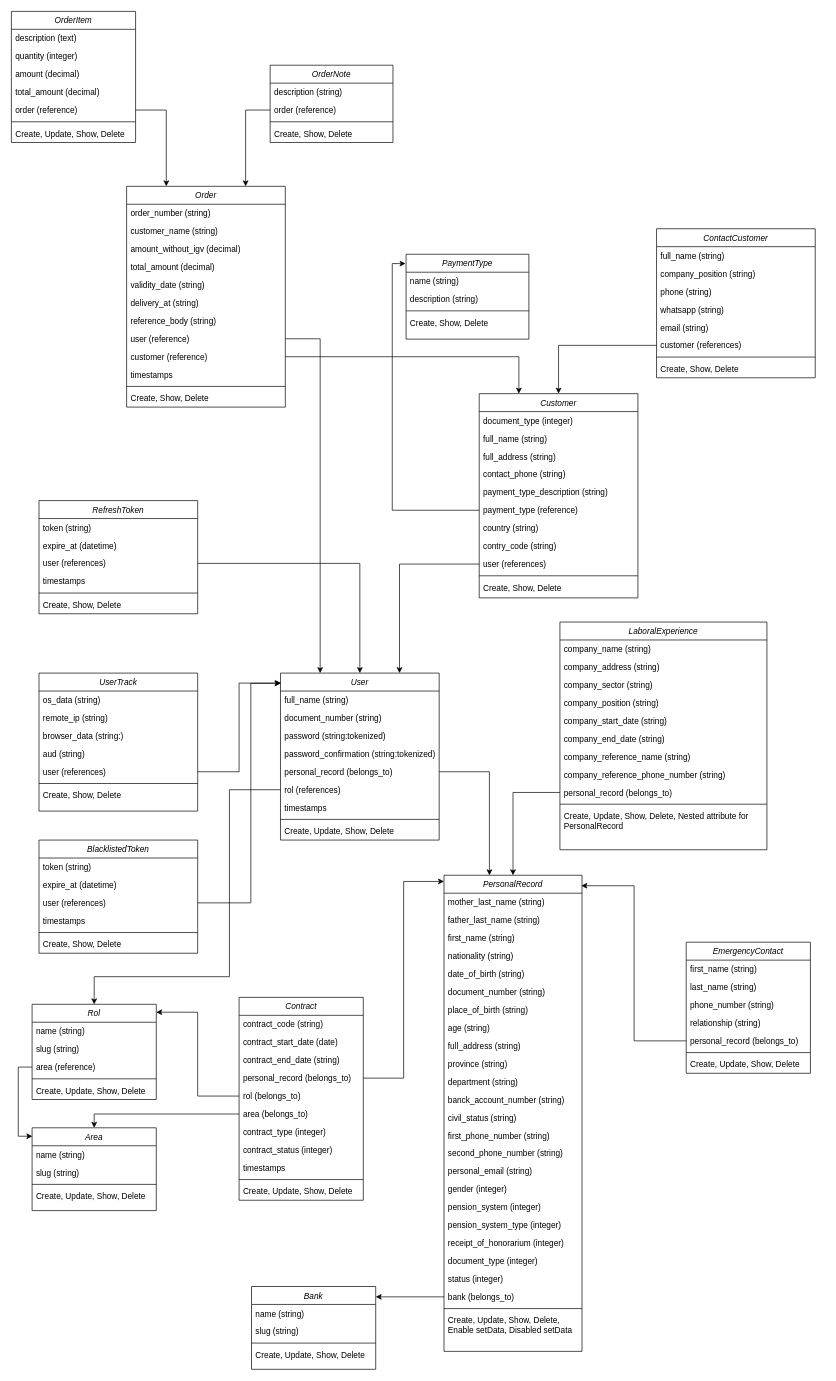
Agencia-Maki/Ayni keeps this draw.io diagram as Documentation/Diagrama de Clases.drawio. Above is the earlier version. Source tidied: cells renumbered, new cells numbered last; positions are measured from the earlier drawing's top-left corner, leaving out a move shared by most shapes. Both pictures are drawn from the tidied source at 69%, with x=0, y=0 at pixel (11, 11).
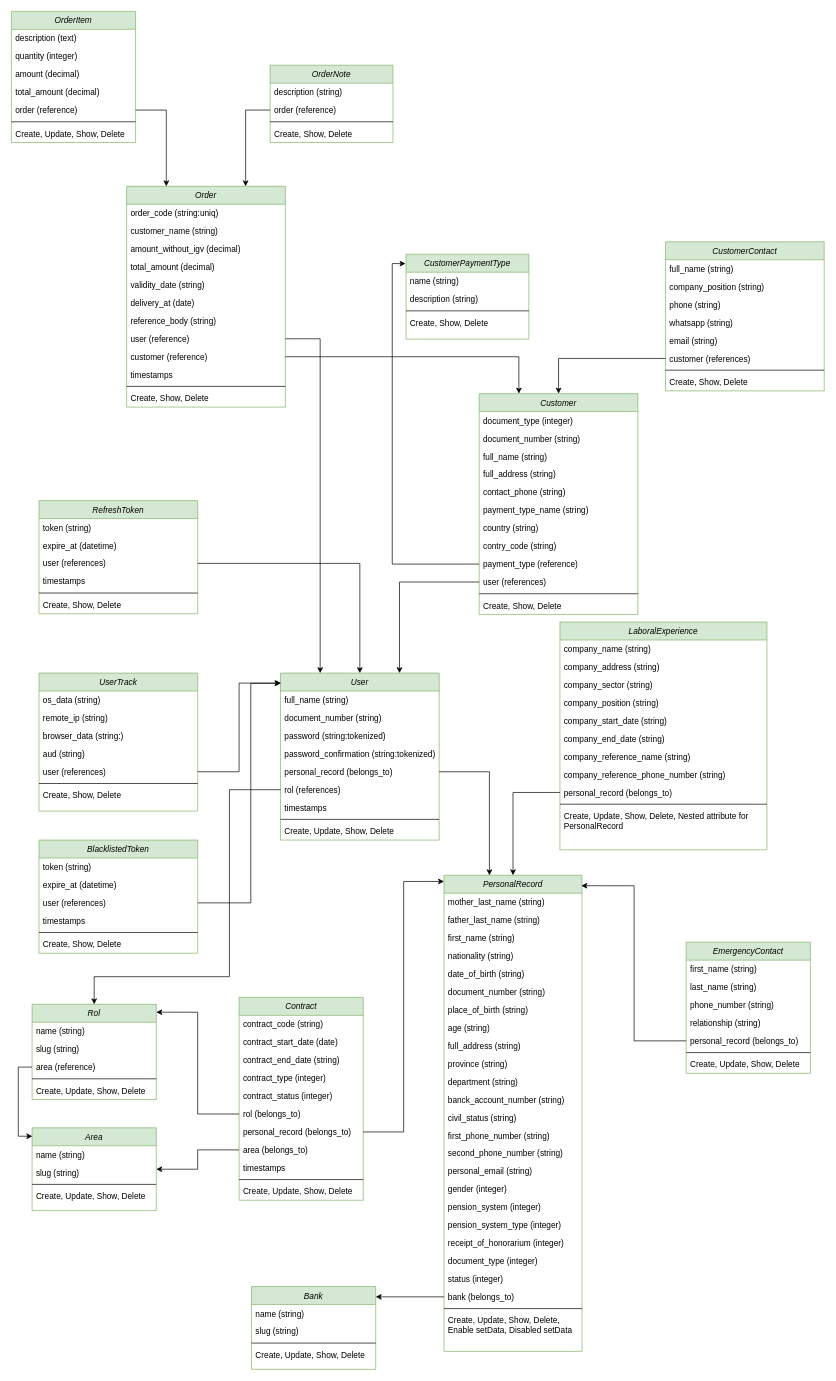
The same diagram, later.

Diff of the diagram source:
```diff
@@
-    <mxCell id="2" value="Bank" style="swimlane;fontStyle=2;align=center;verticalAlign=top;horizontal=1;startSize=26;rounded=0;shadow=0;strokeWidth=1;" parent="1" vertex="1">
+    <mxCell id="2" value="Bank" style="swimlane;fontStyle=2;align=center;verticalAlign=top;horizontal=1;startSize=26;rounded=0;shadow=0;strokeWidth=1;fillColor=#d5e8d4;strokeColor=#82b366;" parent="1" vertex="1">
       <mxGeometry x="348" y="1848" width="180" height="120" as="geometry" />
     </mxCell>
@@
-    <mxCell id="7" value="PersonalRecord" style="swimlane;fontStyle=2;align=center;verticalAlign=top;horizontal=1;startSize=26;rounded=0;shadow=0;strokeWidth=1;" parent="1" vertex="1">
+    <mxCell id="7" value="PersonalRecord" style="swimlane;fontStyle=2;align=center;verticalAlign=top;horizontal=1;startSize=26;rounded=0;shadow=0;strokeWidth=1;fillColor=#d5e8d4;strokeColor=#82b366;" parent="1" vertex="1">
       <mxGeometry x="627" y="1252" width="200" height="690" as="geometry" />
     </mxCell>
@@
-    <mxCell id="33" value="EmergencyContact" style="swimlane;fontStyle=2;align=center;verticalAlign=top;horizontal=1;startSize=26;rounded=0;shadow=0;strokeWidth=1;" parent="1" vertex="1">
+    <mxCell id="33" value="EmergencyContact" style="swimlane;fontStyle=2;align=center;verticalAlign=top;horizontal=1;startSize=26;rounded=0;shadow=0;strokeWidth=1;fillColor=#d5e8d4;strokeColor=#82b366;" parent="1" vertex="1">
       <mxGeometry x="978" y="1349" width="180" height="190" as="geometry" />
     </mxCell>
@@
-    <mxCell id="43" value="LaboralExperience" style="swimlane;fontStyle=2;align=center;verticalAlign=top;horizontal=1;startSize=26;rounded=0;shadow=0;strokeWidth=1;" parent="1" vertex="1">
+    <mxCell id="43" value="LaboralExperience" style="swimlane;fontStyle=2;align=center;verticalAlign=top;horizontal=1;startSize=26;rounded=0;shadow=0;strokeWidth=1;fillColor=#d5e8d4;strokeColor=#82b366;" parent="1" vertex="1">
       <mxGeometry x="795" y="885" width="300" height="330" as="geometry" />
     </mxCell>
@@
-    <mxCell id="56" value="Rol" style="swimlane;fontStyle=2;align=center;verticalAlign=top;horizontal=1;startSize=26;rounded=0;shadow=0;strokeWidth=1;" parent="1" vertex="1">
+    <mxCell id="56" value="Rol" style="swimlane;fontStyle=2;align=center;verticalAlign=top;horizontal=1;startSize=26;rounded=0;shadow=0;strokeWidth=1;fillColor=#d5e8d4;strokeColor=#82b366;" parent="1" vertex="1">
       <mxGeometry x="30" y="1439" width="180" height="138" as="geometry" />
     </mxCell>
@@
-    <mxCell id="62" value="Contract" style="swimlane;fontStyle=2;align=center;verticalAlign=top;horizontal=1;startSize=26;rounded=0;shadow=0;strokeWidth=1;" parent="1" vertex="1">
+    <mxCell id="62" value="Contract" style="swimlane;fontStyle=2;align=center;verticalAlign=top;horizontal=1;startSize=26;rounded=0;shadow=0;strokeWidth=1;fillColor=#d5e8d4;strokeColor=#82b366;" parent="1" vertex="1">
       <mxGeometry x="330" y="1429" width="180" height="294" as="geometry" />
     </mxCell>
@@
-    <mxCell id="66" value="personal_record (belongs_to)" style="text;align=left;verticalAlign=top;spacingLeft=4;spacingRight=4;overflow=hidden;points=[[0,0.5],[1,0.5]];portConstraint=eastwest;" parent="62" vertex="1">
-      <mxGeometry y="104" width="180" height="26" as="geometry" />
-    </mxCell>
-    <mxCell id="67" value="rol (belongs_to)" style="text;align=left;verticalAlign=top;spacingLeft=4;spacingRight=4;overflow=hidden;points=[[0,0.5],[1,0.5]];portConstraint=eastwest;rounded=0;shadow=0;html=0;" parent="62" vertex="1">
-      <mxGeometry y="130" width="180" height="26" as="geometry" />
-    </mxCell>
-    <mxCell id="68" value="area (belongs_to)" style="text;align=left;verticalAlign=top;spacingLeft=4;spacingRight=4;overflow=hidden;points=[[0,0.5],[1,0.5]];portConstraint=eastwest;rounded=0;shadow=0;html=0;" parent="62" vertex="1">
-      <mxGeometry y="156" width="180" height="26" as="geometry" />
-    </mxCell>
     <mxCell id="69" value="contract_type (integer)" style="text;align=left;verticalAlign=top;spacingLeft=4;spacingRight=4;overflow=hidden;" parent="62" vertex="1">
-      <mxGeometry y="182" width="180" height="26" as="geometry" />
+      <mxGeometry y="104" width="180" height="26" as="geometry" />
     </mxCell>
     <mxCell id="70" value="contract_status (integer)" style="text;align=left;verticalAlign=top;spacingLeft=4;spacingRight=4;overflow=hidden;rounded=0;shadow=0;html=0;" parent="62" vertex="1">
-      <mxGeometry y="208" width="180" height="26" as="geometry" />
+      <mxGeometry y="130" width="180" height="26" as="geometry" />
     </mxCell>
+    <mxCell id="67" value="rol (belongs_to)" style="text;align=left;verticalAlign=top;spacingLeft=4;spacingRight=4;overflow=hidden;points=[[0,0.5],[1,0.5]];portConstraint=eastwest;rounded=0;shadow=0;html=0;" parent="62" vertex="1">
+      <mxGeometry y="156" width="180" height="26" as="geometry" />
+    </mxCell>
+    <mxCell id="66" value="personal_record (belongs_to)" style="text;align=left;verticalAlign=top;spacingLeft=4;spacingRight=4;overflow=hidden;points=[[0,0.5],[1,0.5]];portConstraint=eastwest;" parent="62" vertex="1">
+      <mxGeometry y="182" width="180" height="26" as="geometry" />
+    </mxCell>
+    <mxCell id="68" value="area (belongs_to)" style="text;align=left;verticalAlign=top;spacingLeft=4;spacingRight=4;overflow=hidden;points=[[0,0.5],[1,0.5]];portConstraint=eastwest;rounded=0;shadow=0;html=0;" parent="62" vertex="1">
+      <mxGeometry y="208" width="180" height="26" as="geometry" />
+    </mxCell>
@@
-    <mxCell id="76" value="User" style="swimlane;fontStyle=2;align=center;verticalAlign=top;horizontal=1;startSize=26;rounded=0;shadow=0;strokeWidth=1;" parent="1" vertex="1">
+    <mxCell id="76" value="User" style="swimlane;fontStyle=2;align=center;verticalAlign=top;horizontal=1;startSize=26;rounded=0;shadow=0;strokeWidth=1;fillColor=#d5e8d4;strokeColor=#82b366;" parent="1" vertex="1">
       <mxGeometry x="390" y="959" width="230" height="242" as="geometry" />
     </mxCell>
@@
-    <mxCell id="87" value="UserTrack" style="swimlane;fontStyle=2;align=center;verticalAlign=top;horizontal=1;startSize=26;rounded=0;shadow=0;strokeWidth=1;" parent="1" vertex="1">
+    <mxCell id="87" value="UserTrack" style="swimlane;fontStyle=2;align=center;verticalAlign=top;horizontal=1;startSize=26;rounded=0;shadow=0;strokeWidth=1;fillColor=#d5e8d4;strokeColor=#82b366;" parent="1" vertex="1">
       <mxGeometry x="40" y="959" width="230" height="200" as="geometry" />
     </mxCell>
@@
-    <mxCell id="96" value="RefreshToken" style="swimlane;fontStyle=2;align=center;verticalAlign=top;horizontal=1;startSize=26;rounded=0;shadow=0;strokeWidth=1;" parent="1" vertex="1">
+    <mxCell id="96" value="RefreshToken" style="swimlane;fontStyle=2;align=center;verticalAlign=top;horizontal=1;startSize=26;rounded=0;shadow=0;strokeWidth=1;fillColor=#d5e8d4;strokeColor=#82b366;" parent="1" vertex="1">
       <mxGeometry x="40" y="709" width="230" height="164" as="geometry" />
     </mxCell>
@@
-    <mxCell id="104" value="BlacklistedToken" style="swimlane;fontStyle=2;align=center;verticalAlign=top;horizontal=1;startSize=26;rounded=0;shadow=0;strokeWidth=1;" parent="1" vertex="1">
+    <mxCell id="104" value="BlacklistedToken" style="swimlane;fontStyle=2;align=center;verticalAlign=top;horizontal=1;startSize=26;rounded=0;shadow=0;strokeWidth=1;fillColor=#d5e8d4;strokeColor=#82b366;" parent="1" vertex="1">
       <mxGeometry x="40" y="1201" width="230" height="164" as="geometry" />
     </mxCell>
@@
-    <mxCell id="112" value="Customer" style="swimlane;fontStyle=2;align=center;verticalAlign=top;horizontal=1;startSize=26;rounded=0;shadow=0;strokeWidth=1;" parent="1" vertex="1">
-      <mxGeometry x="678" y="554" width="230" height="296" as="geometry" />
+    <mxCell id="112" value="Customer" style="swimlane;fontStyle=2;align=center;verticalAlign=top;horizontal=1;startSize=26;rounded=0;shadow=0;strokeWidth=1;fillColor=#d5e8d4;strokeColor=#82b366;" parent="1" vertex="1">
+      <mxGeometry x="678" y="554" width="230" height="320" as="geometry" />
     </mxCell>
@@
+    <mxCell id="179" value="document_number (string)" style="text;align=left;verticalAlign=top;spacingLeft=4;spacingRight=4;overflow=hidden;rounded=0;shadow=0;html=0;" parent="112" vertex="1">
+      <mxGeometry y="52" width="230" height="26" as="geometry" />
+    </mxCell>
     <mxCell id="114" value="full_name (string)" style="text;align=left;verticalAlign=top;spacingLeft=4;spacingRight=4;overflow=hidden;" parent="112" vertex="1">
-      <mxGeometry y="52" width="230" height="26" as="geometry" />
+      <mxGeometry y="78" width="230" height="26" as="geometry" />
     </mxCell>
     <mxCell id="115" value="full_address (string)" style="text;align=left;verticalAlign=top;spacingLeft=4;spacingRight=4;overflow=hidden;" parent="112" vertex="1">
-      <mxGeometry y="78" width="230" height="26" as="geometry" />
+      <mxGeometry y="104" width="230" height="26" as="geometry" />
     </mxCell>
     <mxCell id="116" value="contact_phone (string)" style="text;align=left;verticalAlign=top;spacingLeft=4;spacingRight=4;overflow=hidden;rounded=0;shadow=0;html=0;" parent="112" vertex="1">
-      <mxGeometry y="104" width="230" height="26" as="geometry" />
+      <mxGeometry y="130" width="230" height="26" as="geometry" />
     </mxCell>
-    <mxCell id="117" value="payment_type_description (string)" style="text;align=left;verticalAlign=top;spacingLeft=4;spacingRight=4;overflow=hidden;rounded=0;shadow=0;html=0;" parent="112" vertex="1">
-      <mxGeometry y="130" width="230" height="26" as="geometry" />
+    <mxCell id="117" value="payment_type_name (string)" style="text;align=left;verticalAlign=top;spacingLeft=4;spacingRight=4;overflow=hidden;rounded=0;shadow=0;html=0;" parent="112" vertex="1">
+      <mxGeometry y="156" width="230" height="26" as="geometry" />
     </mxCell>
-    <mxCell id="118" value="payment_type (reference)" style="text;align=left;verticalAlign=top;spacingLeft=4;spacingRight=4;overflow=hidden;points=[[0,0.5],[1,0.5]];portConstraint=eastwest;" parent="112" vertex="1">
-      <mxGeometry y="156" width="230" height="26" as="geometry" />
-    </mxCell>
@@
+    <mxCell id="118" value="payment_type (reference)" style="text;align=left;verticalAlign=top;spacingLeft=4;spacingRight=4;overflow=hidden;points=[[0,0.5],[1,0.5]];portConstraint=eastwest;" parent="112" vertex="1">
+      <mxGeometry y="234" width="230" height="26" as="geometry" />
+    </mxCell>
     <mxCell id="121" value="user (references)" style="text;align=left;verticalAlign=top;spacingLeft=4;spacingRight=4;overflow=hidden;points=[[0,0.5],[1,0.5]];portConstraint=eastwest;" parent="112" vertex="1">
-      <mxGeometry y="234" width="230" height="26" as="geometry" />
+      <mxGeometry y="260" width="230" height="26" as="geometry" />
     </mxCell>
     <mxCell id="122" style="line;html=1;strokeWidth=1;align=left;verticalAlign=middle;spacingTop=-1;spacingLeft=3;spacingRight=3;labelPosition=right;" parent="112" vertex="1">
-      <mxGeometry y="260" width="230" height="8" as="geometry" />
+      <mxGeometry y="286" width="230" height="8" as="geometry" />
     </mxCell>
     <mxCell id="123" value="Create, Show, Delete" style="text;align=left;verticalAlign=top;spacingLeft=4;spacingRight=4;overflow=hidden;" parent="112" vertex="1">
-      <mxGeometry y="268" width="230" height="26" as="geometry" />
+      <mxGeometry y="294" width="230" height="26" as="geometry" />
     </mxCell>
@@
-    <mxCell id="125" value="ContactCustomer" style="swimlane;fontStyle=2;align=center;verticalAlign=top;horizontal=1;startSize=26;rounded=0;shadow=0;strokeWidth=1;" parent="1" vertex="1">
-      <mxGeometry x="935" y="315" width="230" height="216" as="geometry" />
+    <mxCell id="125" value="CustomerContact" style="swimlane;fontStyle=2;align=center;verticalAlign=top;horizontal=1;startSize=26;rounded=0;shadow=0;strokeWidth=1;fillColor=#d5e8d4;strokeColor=#82b366;" parent="1" vertex="1">
+      <mxGeometry x="948" y="334" width="230" height="216" as="geometry" />
     </mxCell>
@@
-    <mxCell id="136" value="Order" style="swimlane;fontStyle=2;align=center;verticalAlign=top;horizontal=1;startSize=26;rounded=0;shadow=0;strokeWidth=1;" parent="1" vertex="1">
+    <mxCell id="136" value="Order" style="swimlane;fontStyle=2;align=center;verticalAlign=top;horizontal=1;startSize=26;rounded=0;shadow=0;strokeWidth=1;fillColor=#d5e8d4;strokeColor=#82b366;" parent="1" vertex="1">
       <mxGeometry x="167" y="253.5" width="230" height="320" as="geometry" />
     </mxCell>
-    <mxCell id="137" value="order_number (string)" style="text;align=left;verticalAlign=top;spacingLeft=4;spacingRight=4;overflow=hidden;rounded=0;shadow=0;html=0;" parent="136" vertex="1">
+    <mxCell id="137" value="order_code (string:uniq)" style="text;align=left;verticalAlign=top;spacingLeft=4;spacingRight=4;overflow=hidden;rounded=0;shadow=0;html=0;" parent="136" vertex="1">
       <mxGeometry y="26" width="230" height="26" as="geometry" />
     </mxCell>
@@
-    <mxCell id="142" value="delivery_at (string)" style="text;align=left;verticalAlign=top;spacingLeft=4;spacingRight=4;overflow=hidden;" parent="136" vertex="1">
+    <mxCell id="142" value="delivery_at (date)" style="text;align=left;verticalAlign=top;spacingLeft=4;spacingRight=4;overflow=hidden;" parent="136" vertex="1">
       <mxGeometry y="156" width="230" height="26" as="geometry" />
     </mxCell>
@@
-    <mxCell id="149" value="PaymentType" style="swimlane;fontStyle=2;align=center;verticalAlign=top;horizontal=1;startSize=26;rounded=0;shadow=0;strokeWidth=1;" parent="1" vertex="1">
+    <mxCell id="149" value="CustomerPaymentType" style="swimlane;fontStyle=2;align=center;verticalAlign=top;horizontal=1;startSize=26;rounded=0;shadow=0;strokeWidth=1;fillColor=#d5e8d4;strokeColor=#82b366;" parent="1" vertex="1">
       <mxGeometry x="572" y="352" width="178" height="123" as="geometry" />
     </mxCell>
@@
-    <mxCell id="155" value="Area" style="swimlane;fontStyle=2;align=center;verticalAlign=top;horizontal=1;startSize=26;rounded=0;shadow=0;strokeWidth=1;" parent="1" vertex="1">
+    <mxCell id="155" value="Area" style="swimlane;fontStyle=2;align=center;verticalAlign=top;horizontal=1;startSize=26;rounded=0;shadow=0;strokeWidth=1;fillColor=#d5e8d4;strokeColor=#82b366;" parent="1" vertex="1">
       <mxGeometry x="30" y="1618" width="180" height="120" as="geometry" />
     </mxCell>
@@
-    <mxCell id="163" value="OrderItem" style="swimlane;fontStyle=2;align=center;verticalAlign=top;horizontal=1;startSize=26;rounded=0;shadow=0;strokeWidth=1;" parent="1" vertex="1">
+    <mxCell id="163" value="OrderItem" style="swimlane;fontStyle=2;align=center;verticalAlign=top;horizontal=1;startSize=26;rounded=0;shadow=0;strokeWidth=1;fillColor=#d5e8d4;strokeColor=#82b366;" parent="1" vertex="1">
       <mxGeometry width="180" height="190" as="geometry" />
     </mxCell>
@@
-    <mxCell id="172" value="OrderNote" style="swimlane;fontStyle=2;align=center;verticalAlign=top;horizontal=1;startSize=26;rounded=0;shadow=0;strokeWidth=1;" parent="1" vertex="1">
+    <mxCell id="172" value="OrderNote" style="swimlane;fontStyle=2;align=center;verticalAlign=top;horizontal=1;startSize=26;rounded=0;shadow=0;strokeWidth=1;fillColor=#d5e8d4;strokeColor=#82b366;" parent="1" vertex="1">
       <mxGeometry x="375" y="78" width="178" height="112" as="geometry" />
     </mxCell>
```
